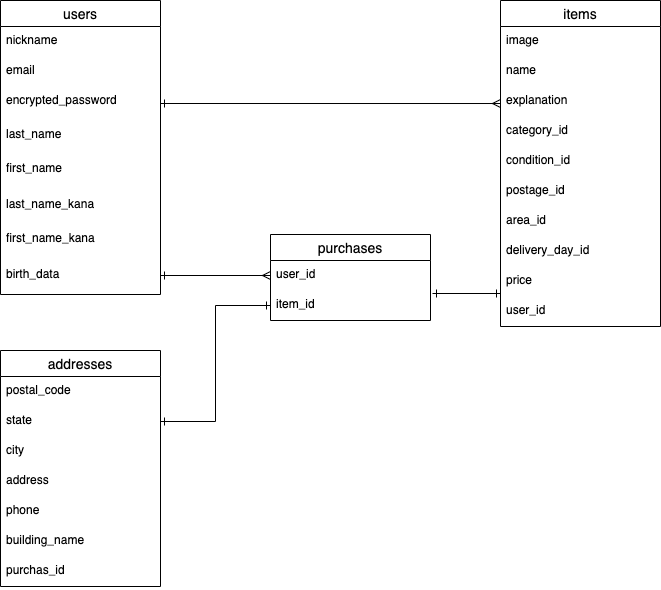
makikoma/furima-34318 keeps this draw.io diagram as ER.drawio.png. Above is the earlier version. Source tidied: cells renumbered, new cells last; positions are measured from the earlier drawing's top-left corner, leaving out a move shared by most shapes.
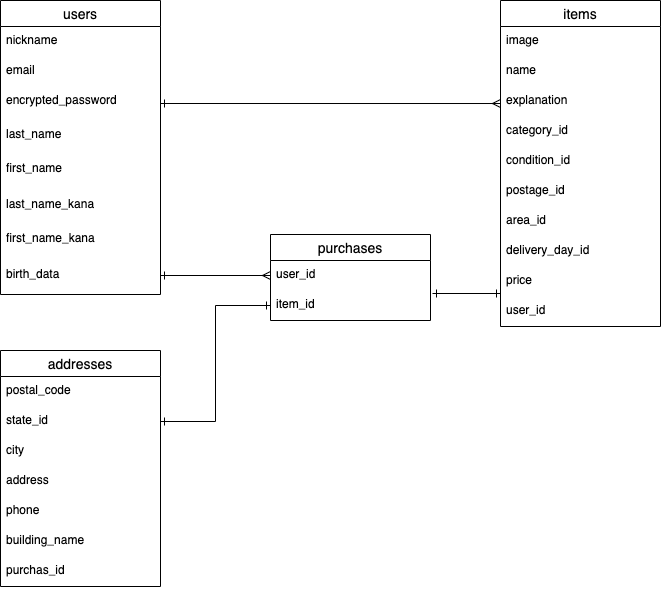
After the change.

Commit message:
修正2 テーブル設計

Diff of the diagram source:
```diff
@@ -8,7 +8,7 @@
     <mxCell id="3" value="postal_code" style="text;strokeColor=none;fillColor=none;spacingLeft=4;spacingRight=4;overflow=hidden;fontSize=12;" parent="2" vertex="1">
       <mxGeometry y="26" width="160" height="30" as="geometry" />
     </mxCell>
-    <mxCell id="4" value="state" style="text;strokeColor=none;fillColor=none;spacingLeft=4;spacingRight=4;overflow=hidden;points=[[0,0.5],[1,0.5]];portConstraint=eastwest;fontSize=12;" parent="2" vertex="1">
+    <mxCell id="4" value="state_id" style="text;strokeColor=none;fillColor=none;spacingLeft=4;spacingRight=4;overflow=hidden;points=[[0,0.5],[1,0.5]];portConstraint=eastwest;fontSize=12;" parent="2" vertex="1">
       <mxGeometry y="56" width="160" height="30" as="geometry" />
     </mxCell>
     <mxCell id="5" value="city" style="text;strokeColor=none;fillColor=none;spacingLeft=4;spacingRight=4;overflow=hidden;fontSize=12;" parent="2" vertex="1">
```
